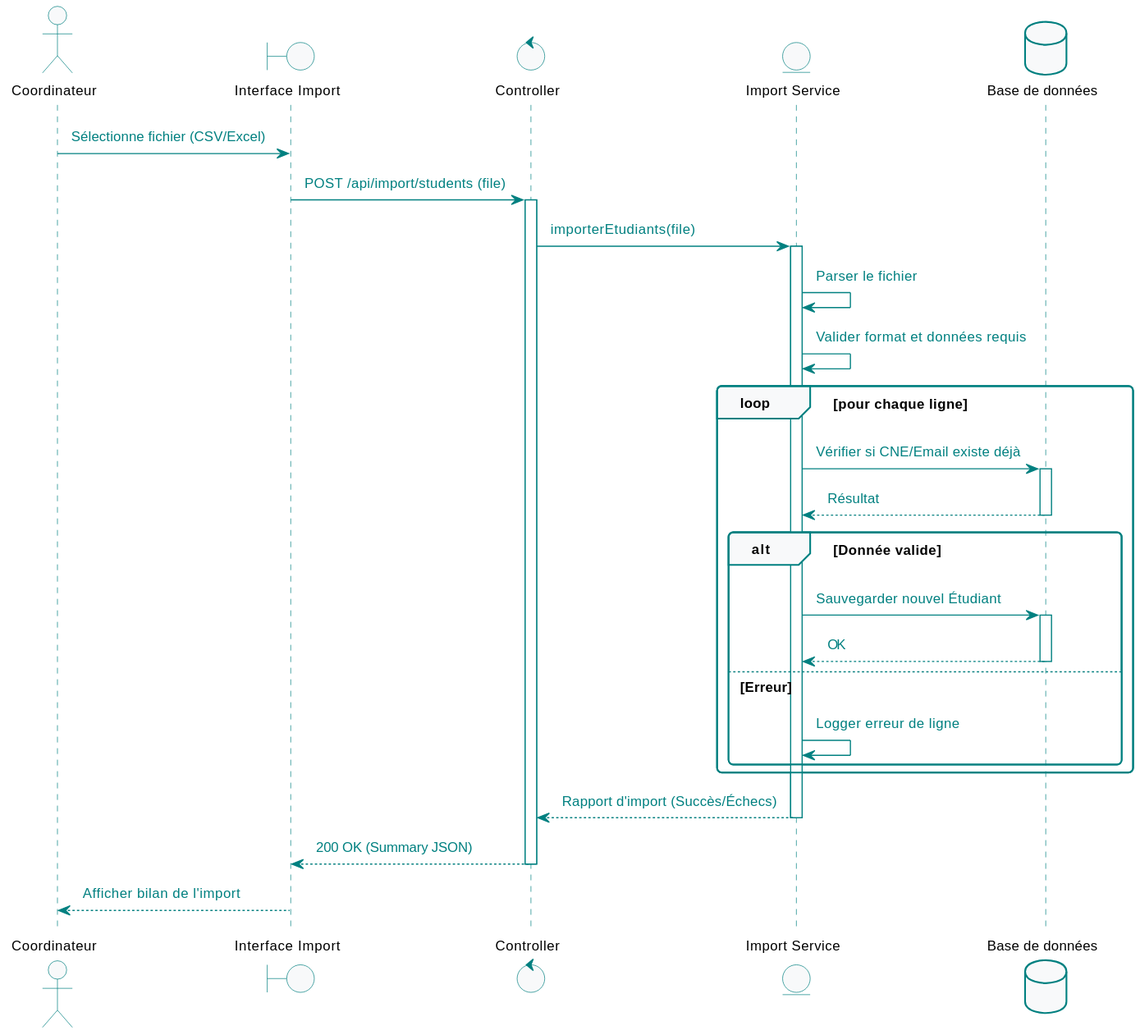
This is diagrams/svg/seq_import_data.svg from abdelaziz-ebourki/system-gestion-soutenance-docs, a PlantUML export, as it was before one commit.
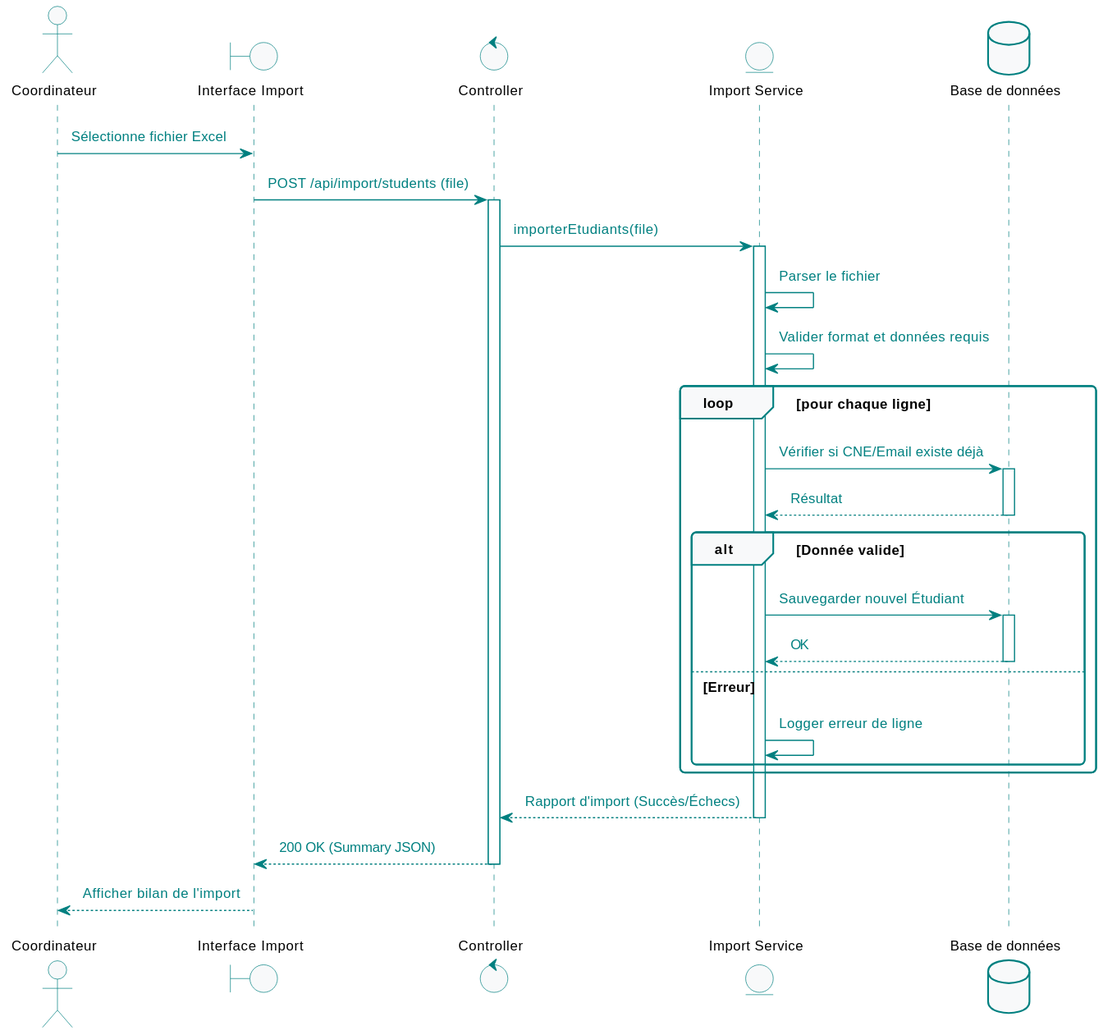
After the commit.

The edit, as a diff of the source:
```diff
@@ -7,7 +7,7 @@
 entity "Import Service" as Service
 database "Base de données" as DB
 
-Coord -> Front : Sélectionne fichier (CSV/Excel)
+Coord -> Front : Sélectionne fichier Excel
 Front -> Controller : POST /api/import/students (file)
 activate Controller
 
```
